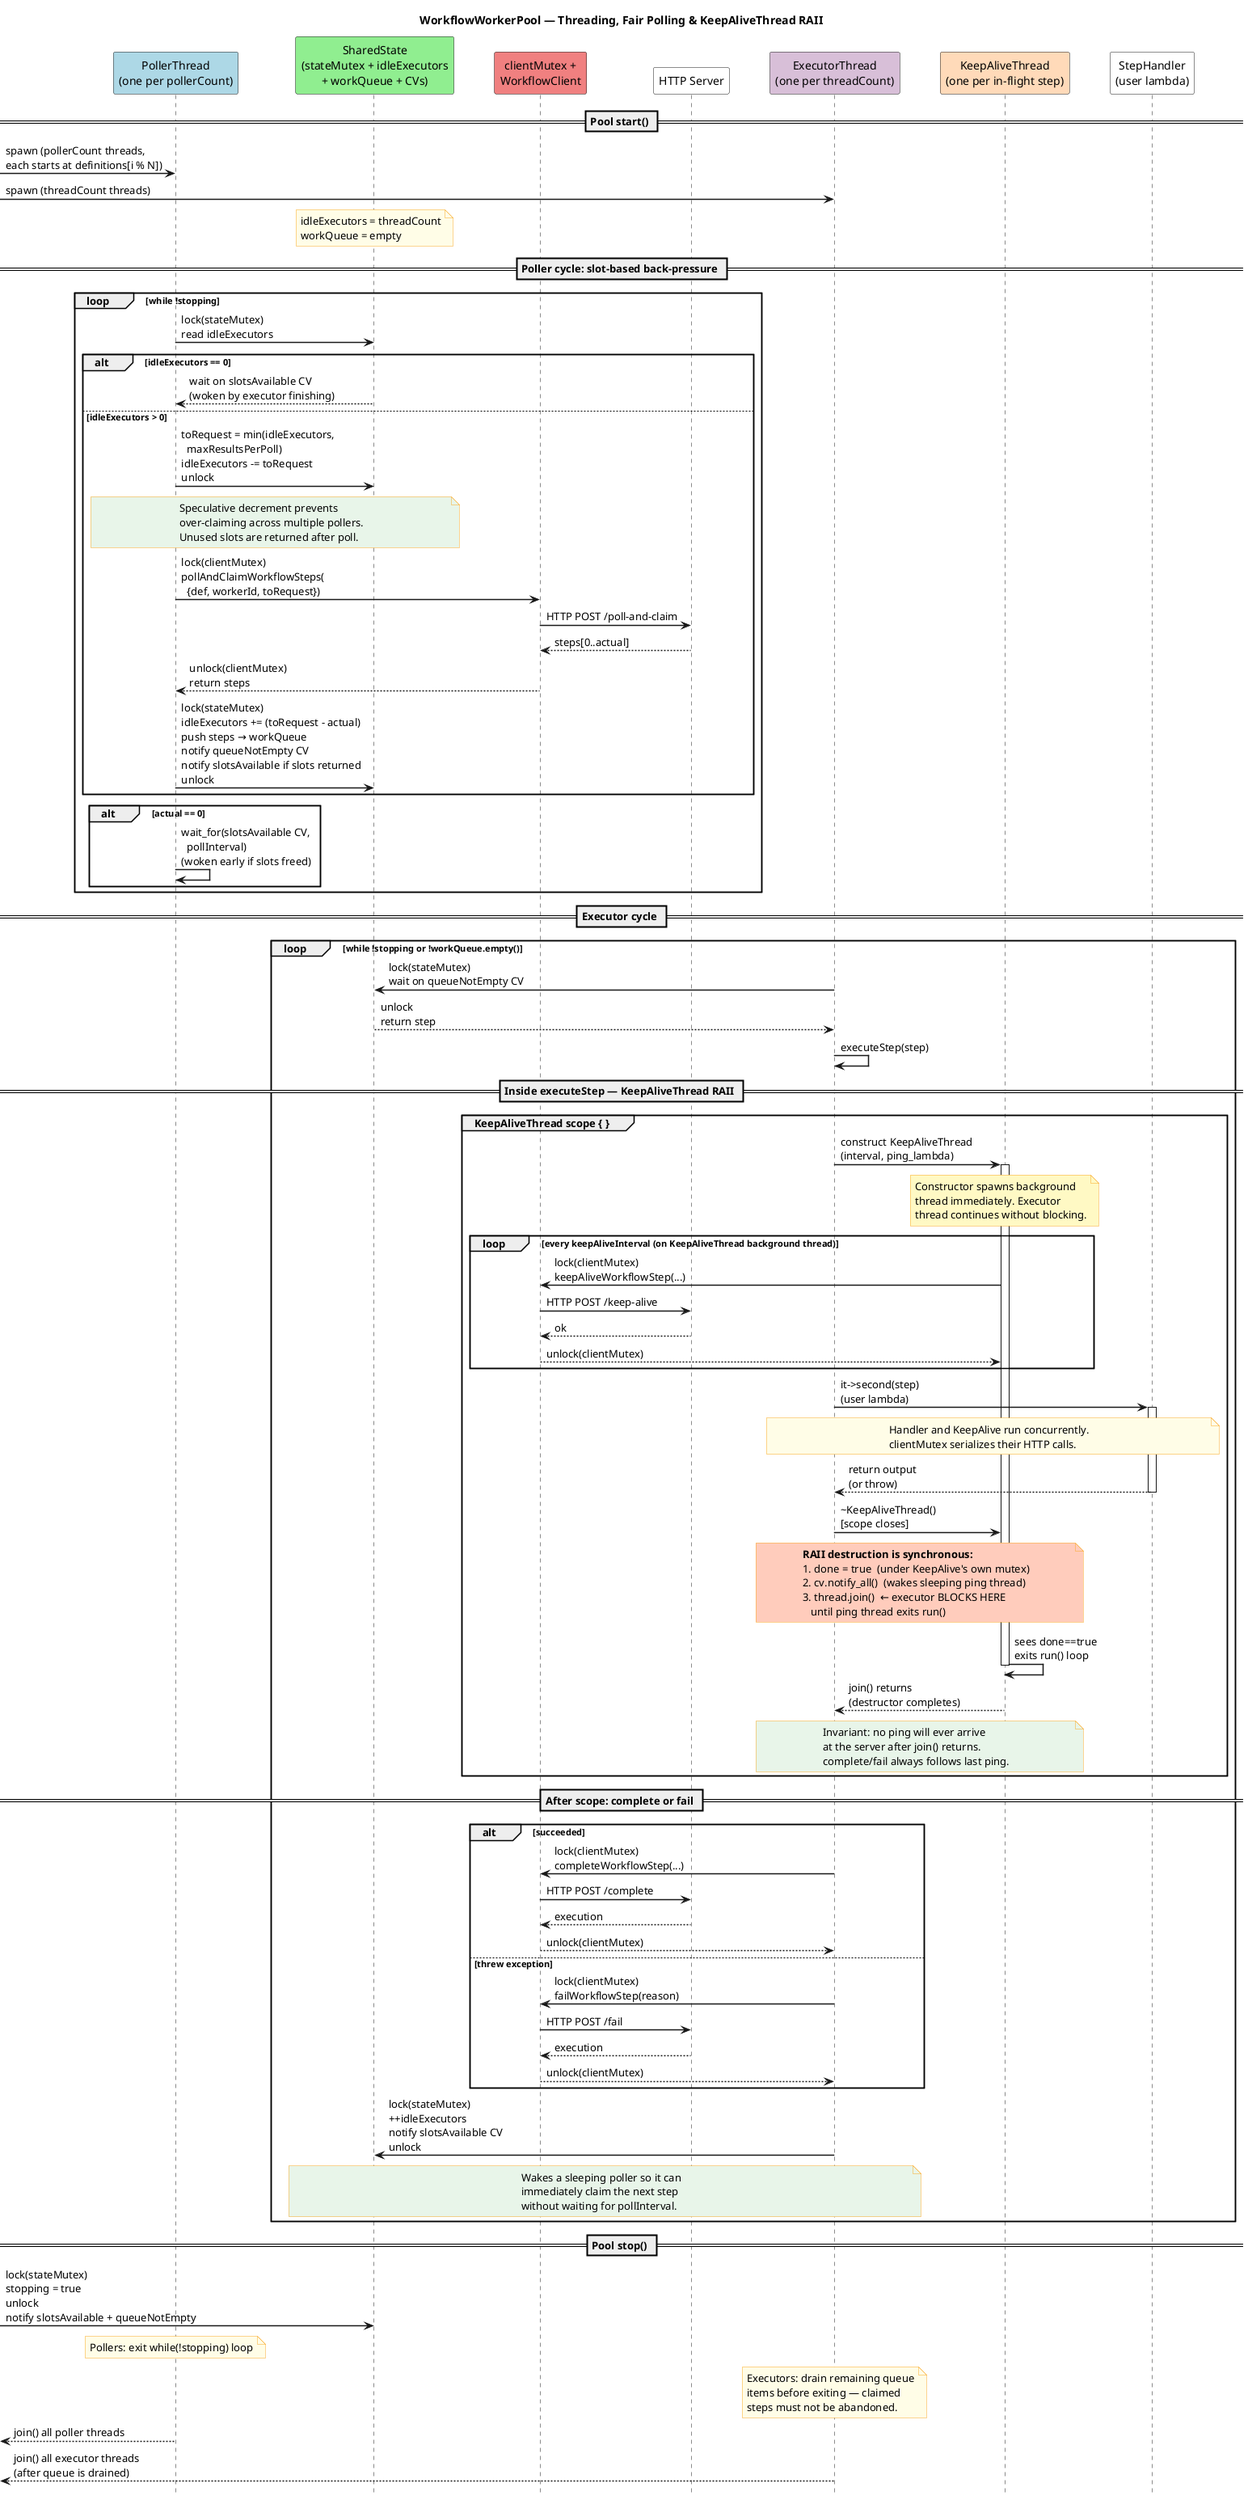
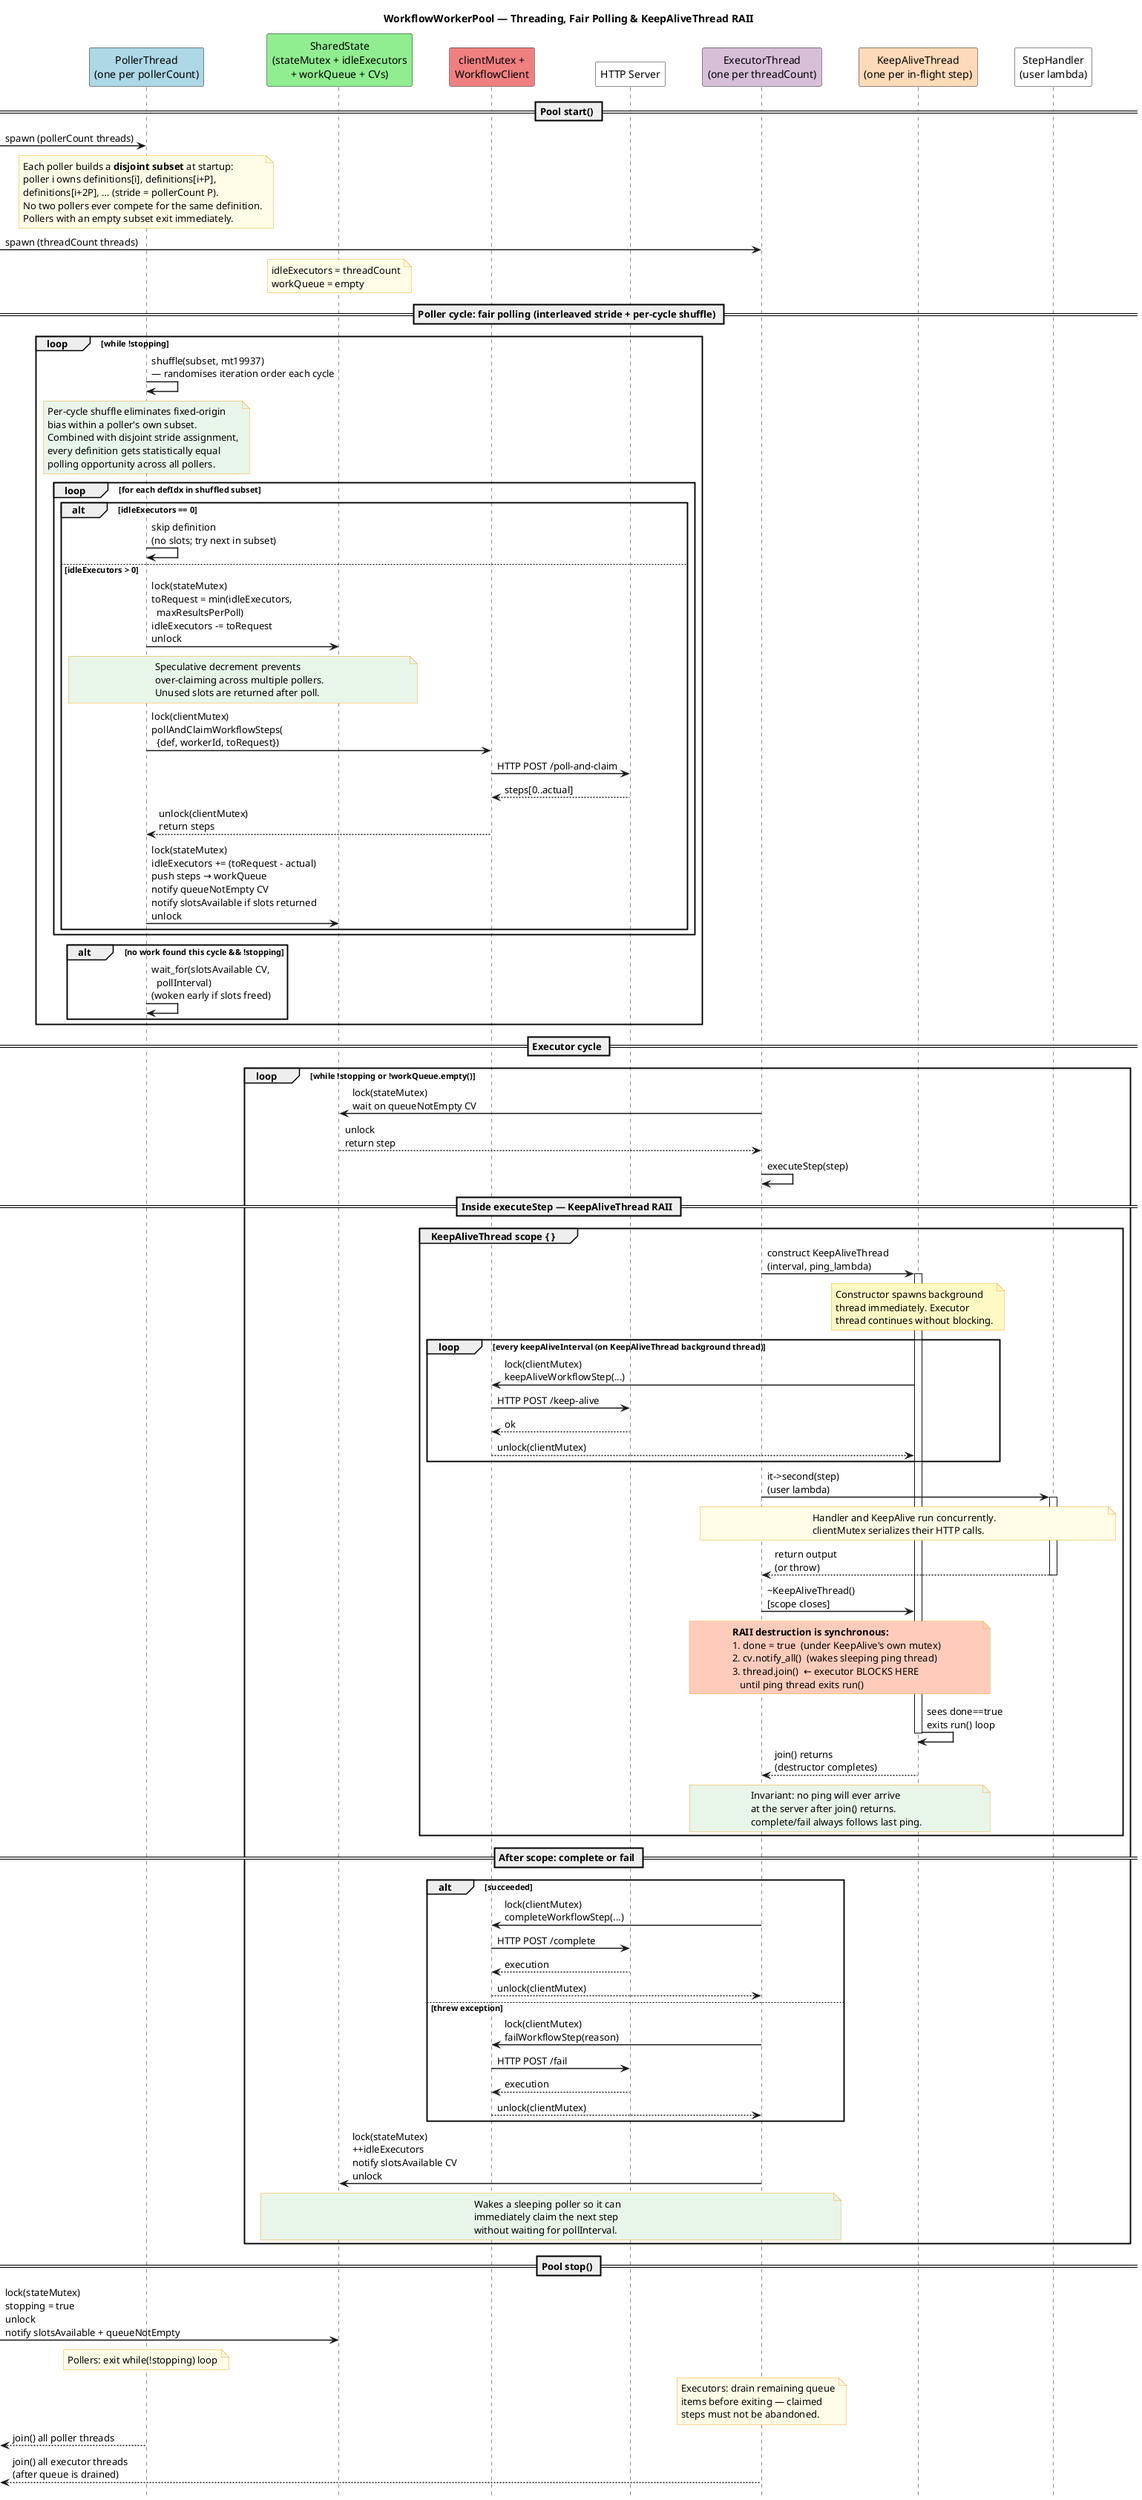
@startuml
hide footbox

title WorkflowWorkerPool — Threading, Fair Polling & KeepAliveThread RAII

skinparam ParticipantPadding 20
skinparam BoxPadding 10
skinparam SequenceArrowThickness 1.5
skinparam NoteBackgroundColor #FFFDE7
skinparam NoteBorderColor #F9A825

participant "PollerThread\n(one per pollerCount)" as Poller #LightBlue
participant "SharedState\n(stateMutex + idleExecutors\n+ workQueue + CVs)" as State #LightGreen
participant "clientMutex +\nWorkflowClient" as Client #LightCoral
participant "HTTP Server" as Server #White
participant "ExecutorThread\n(one per threadCount)" as Executor #Thistle
participant "KeepAliveThread\n(one per in-flight step)" as KA #PeachPuff
participant "StepHandler\n(user lambda)" as Handler #White

== Pool start() ==

- [-> Poller : spawn (pollerCount threads,\neach starts at definitions[i % N])
+ [-> Poller : spawn (pollerCount threads)
+ note over Poller
+   Each poller builds a **disjoint subset** at startup:
+   poller i owns definitions[i], definitions[i+P],
+   definitions[i+2P], … (stride = pollerCount P).
+   No two pollers ever compete for the same definition.
+   Pollers with an empty subset exit immediately.
+ end note
[-> Executor : spawn (threadCount threads)
note over State
  idleExecutors = threadCount
  workQueue = empty
end note

- == Poller cycle: slot-based back-pressure ==
+ == Poller cycle: fair polling (interleaved stride + per-cycle shuffle) ==

loop while !stopping
-     Poller -> State : lock(stateMutex)\nread idleExecutors
-     alt idleExecutors == 0
-         State --> Poller : wait on slotsAvailable CV\n(woken by executor finishing)
-     else idleExecutors > 0
-         Poller -> State : toRequest = min(idleExecutors,\n  maxResultsPerPoll)\nidleExecutors -= toRequest\nunlock
-         note over Poller, State #E8F5E9
-           Speculative decrement prevents
-           over-claiming across multiple pollers.
-           Unused slots are returned after poll.
-         end note
-         Poller -> Client : lock(clientMutex)\npollAndClaimWorkflowSteps(\n  {def, workerId, toRequest})
-         Client -> Server : HTTP POST /poll-and-claim
-         Server --> Client : steps[0..actual]
-         Client --> Poller : unlock(clientMutex)\nreturn steps
-         Poller -> State : lock(stateMutex)\nidleExecutors += (toRequest - actual)\npush steps → workQueue\nnotify queueNotEmpty CV\nnotify slotsAvailable if slots returned\nunlock
+     Poller -> Poller : shuffle(subset, mt19937)\n— randomises iteration order each cycle
+     note over Poller #E8F5E9
+       Per-cycle shuffle eliminates fixed-origin
+       bias within a poller's own subset.
+       Combined with disjoint stride assignment,
+       every definition gets statistically equal
+       polling opportunity across all pollers.
+     end note
+ 
+     loop for each defIdx in shuffled subset
+         alt idleExecutors == 0
+             Poller -> Poller : skip definition\n(no slots; try next in subset)
+         else idleExecutors > 0
+             Poller -> State : lock(stateMutex)\ntoRequest = min(idleExecutors,\n  maxResultsPerPoll)\nidleExecutors -= toRequest\nunlock
+             note over Poller, State #E8F5E9
+               Speculative decrement prevents
+               over-claiming across multiple pollers.
+               Unused slots are returned after poll.
+             end note
+             Poller -> Client : lock(clientMutex)\npollAndClaimWorkflowSteps(\n  {def, workerId, toRequest})
+             Client -> Server : HTTP POST /poll-and-claim
+             Server --> Client : steps[0..actual]
+             Client --> Poller : unlock(clientMutex)\nreturn steps
+             Poller -> State : lock(stateMutex)\nidleExecutors += (toRequest - actual)\npush steps → workQueue\nnotify queueNotEmpty CV\nnotify slotsAvailable if slots returned\nunlock
+         end
    end
-     alt actual == 0
+ 
+     alt no work found this cycle && !stopping
        Poller -> Poller : wait_for(slotsAvailable CV,\n  pollInterval)\n(woken early if slots freed)
    end
end

== Executor cycle ==

loop while !stopping or !workQueue.empty()
    Executor -> State : lock(stateMutex)\nwait on queueNotEmpty CV
    State --> Executor : unlock\nreturn step
    Executor -> Executor : executeStep(step)

    == Inside executeStep — KeepAliveThread RAII ==

    group KeepAliveThread scope { }
        Executor -> KA : construct KeepAliveThread\n(interval, ping_lambda)
        activate KA
        note over KA #FFF9C4
          Constructor spawns background
          thread immediately. Executor
          thread continues without blocking.
        end note

        loop every keepAliveInterval (on KeepAliveThread background thread)
            KA -> Client : lock(clientMutex)\nkeepAliveWorkflowStep(...)
            Client -> Server : HTTP POST /keep-alive
            Server --> Client : ok
            Client --> KA : unlock(clientMutex)
        end

        Executor -> Handler : it->second(step)\n(user lambda)
        activate Handler
        note over Executor, Handler
          Handler and KeepAlive run concurrently.
          clientMutex serializes their HTTP calls.
        end note
        Handler --> Executor : return output\n(or throw)
        deactivate Handler

        Executor -> KA : ~KeepAliveThread()\n[scope closes]
        note over Executor, KA #FFCCBC
          **RAII destruction is synchronous:**
          1. done = true  (under KeepAlive's own mutex)
          2. cv.notify_all()  (wakes sleeping ping thread)
          3. thread.join()  ← executor BLOCKS HERE
             until ping thread exits run()
        end note
        KA -> KA : sees done==true\nexits run() loop
        deactivate KA
        Executor <-- KA : join() returns\n(destructor completes)
        note over Executor, KA #E8F5E9
          Invariant: no ping will ever arrive
          at the server after join() returns.
          complete/fail always follows last ping.
        end note
    end

    == After scope: complete or fail ==

    alt succeeded
        Executor -> Client : lock(clientMutex)\ncompleteWorkflowStep(...)
        Client -> Server : HTTP POST /complete
        Server --> Client : execution
        Client --> Executor : unlock(clientMutex)
    else threw exception
        Executor -> Client : lock(clientMutex)\nfailWorkflowStep(reason)
        Client -> Server : HTTP POST /fail
        Server --> Client : execution
        Client --> Executor : unlock(clientMutex)
    end

    Executor -> State : lock(stateMutex)\n++idleExecutors\nnotify slotsAvailable CV\nunlock
    note over Executor, State #E8F5E9
      Wakes a sleeping poller so it can
      immediately claim the next step
      without waiting for pollInterval.
    end note
end

== Pool stop() ==

[-> State : lock(stateMutex)\nstopping = true\nunlock\nnotify slotsAvailable + queueNotEmpty
note over Poller
  Pollers: exit while(!stopping) loop
end note
note over Executor
  Executors: drain remaining queue
  items before exiting — claimed
  steps must not be abandoned.
end note
[<-- Poller : join() all poller threads
[<-- Executor : join() all executor threads\n(after queue is drained)

@enduml
